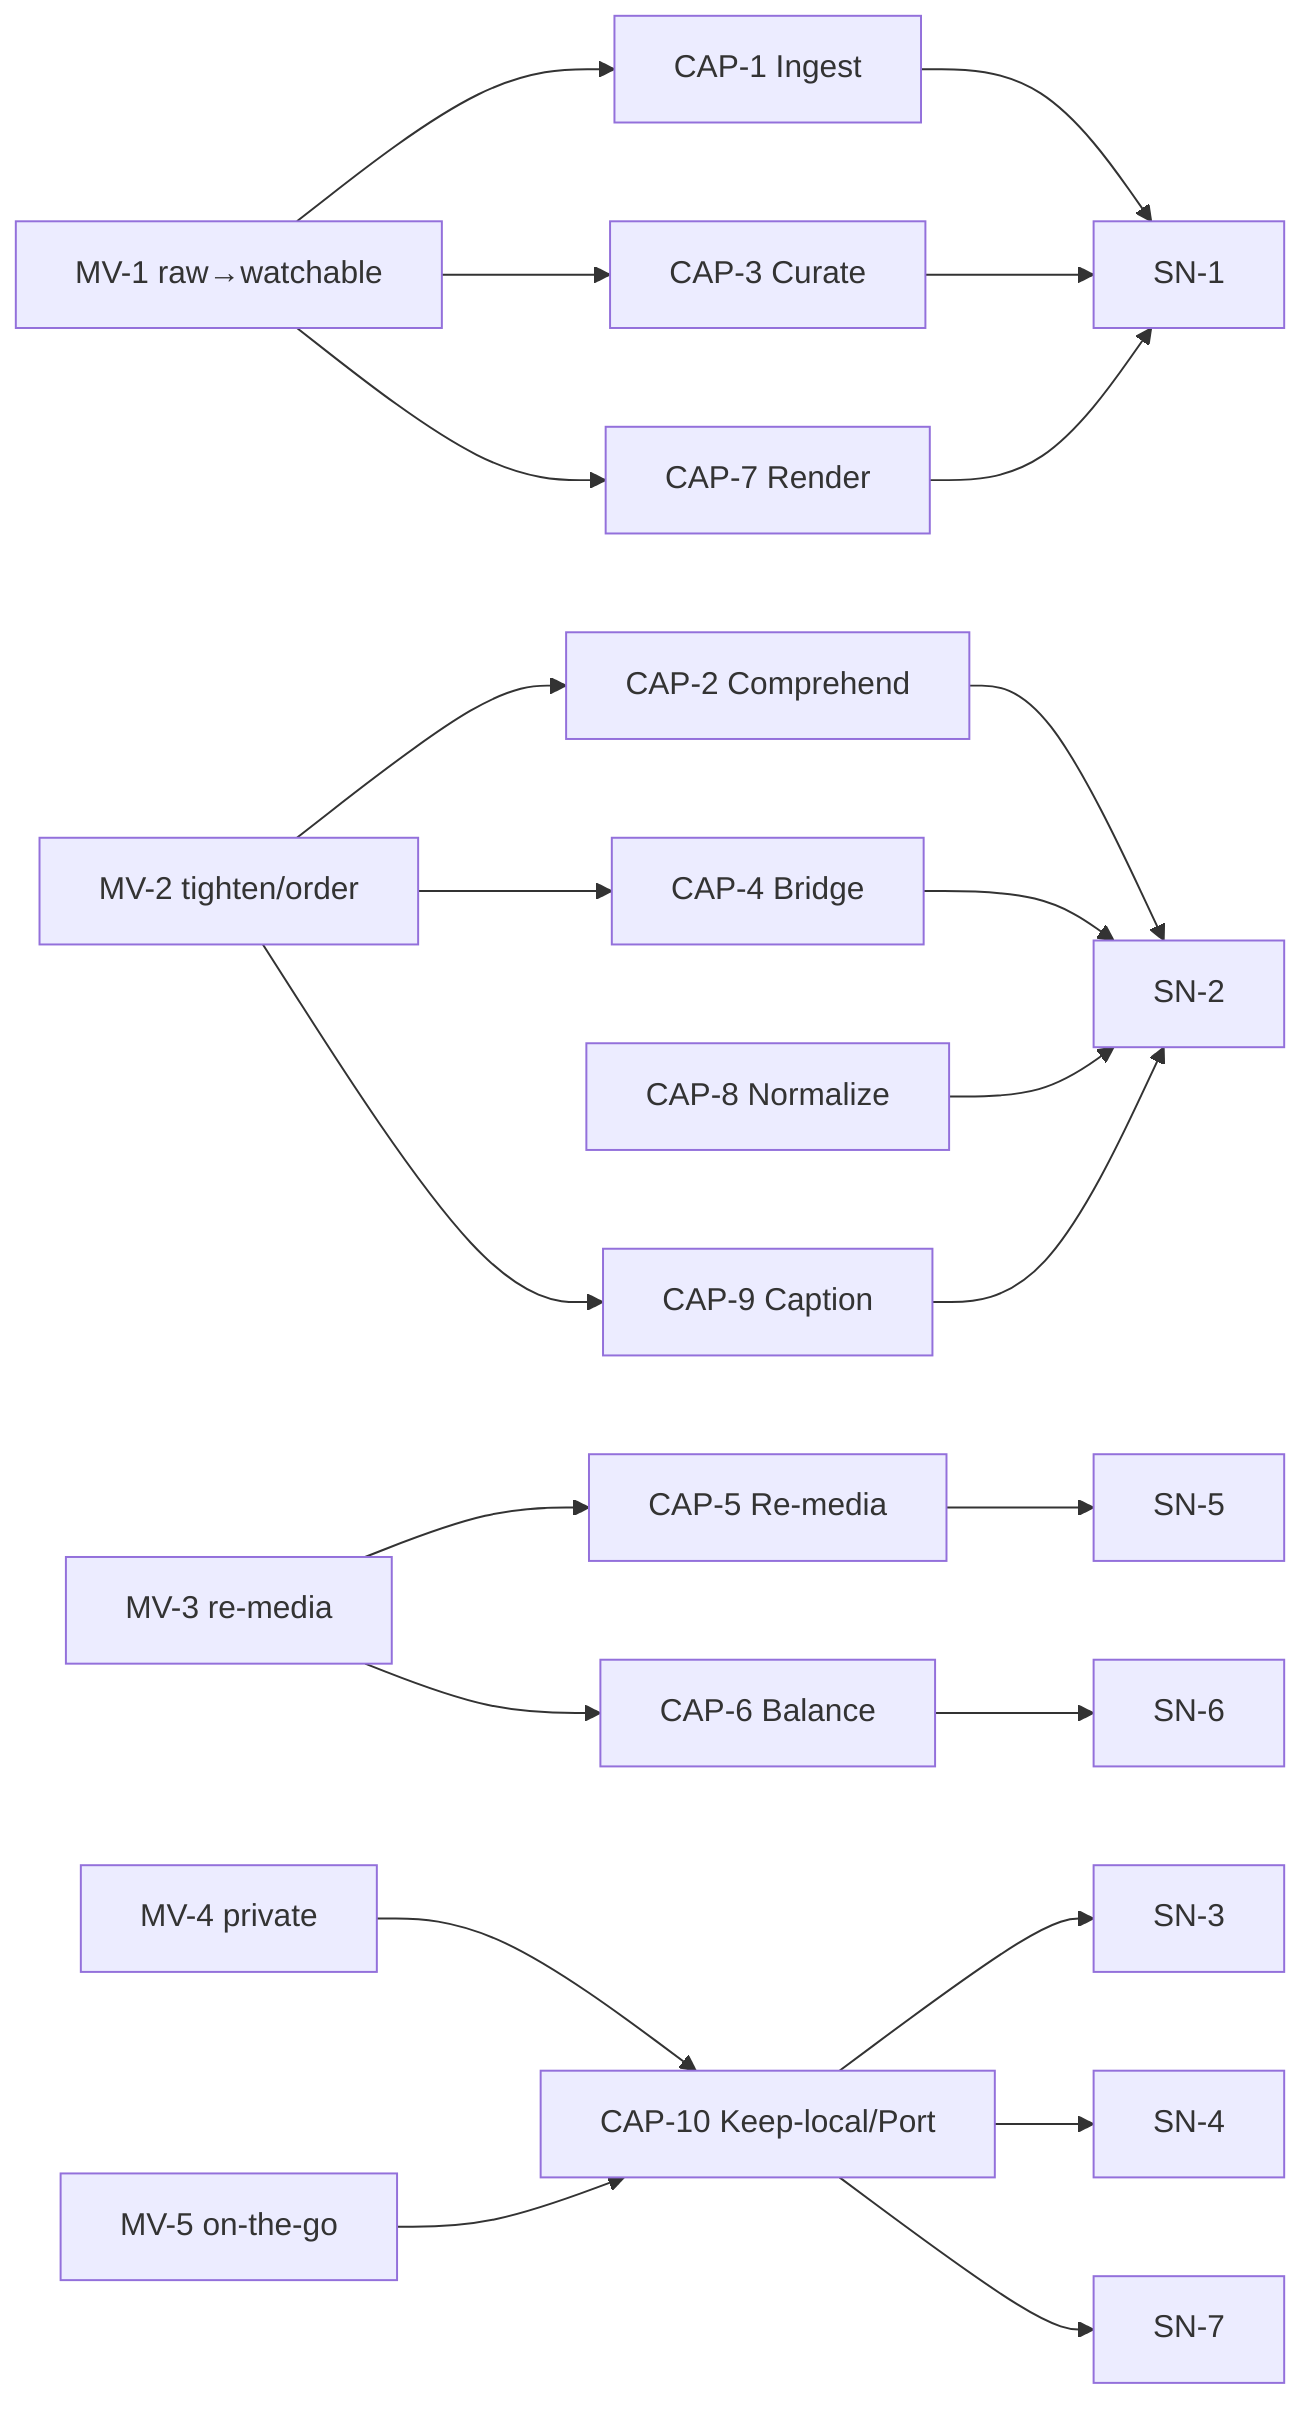
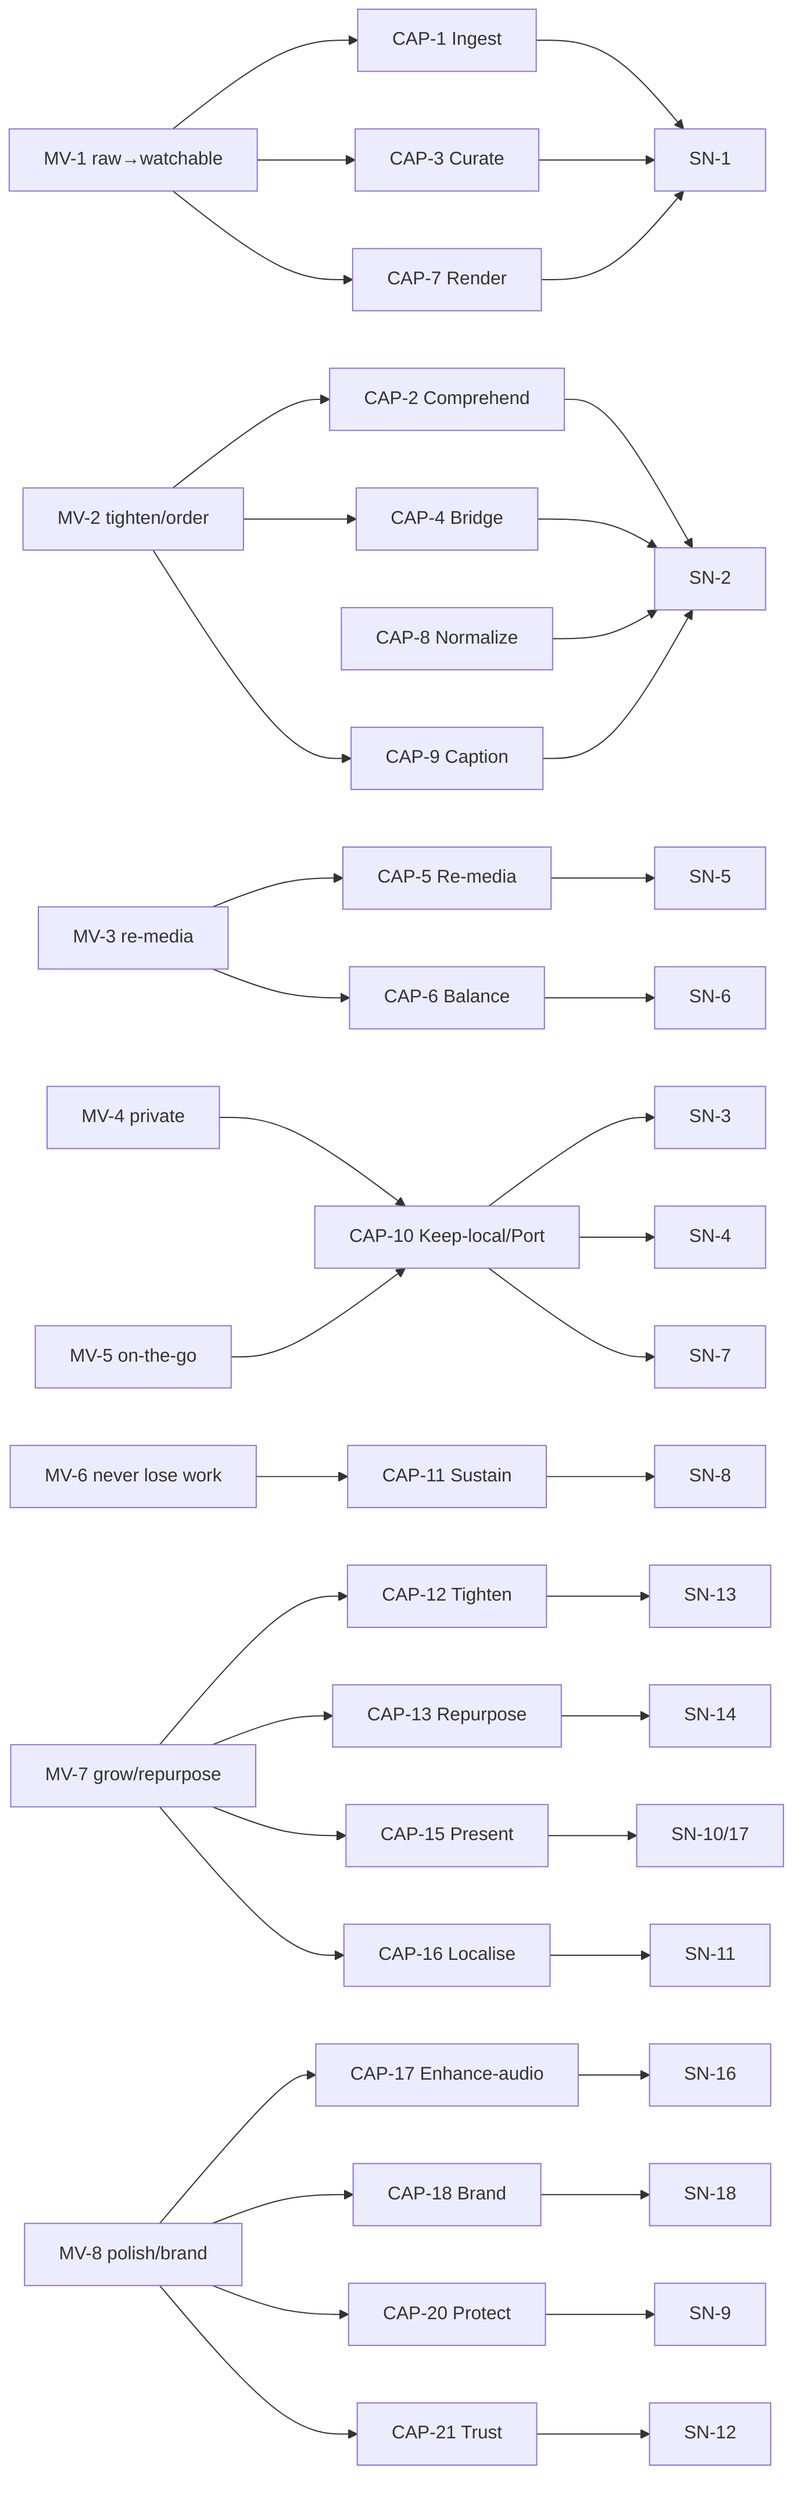
flowchart LR
  MV1["MV-1 raw→watchable"] --> CAP1["CAP-1 Ingest"] & CAP3["CAP-3 Curate"] & CAP7["CAP-7 Render"]
  MV2["MV-2 tighten/order"] --> CAP2["CAP-2 Comprehend"] & CAP4["CAP-4 Bridge"] & CAP9["CAP-9 Caption"]
  MV3["MV-3 re-media"] --> CAP5["CAP-5 Re-media"] & CAP6["CAP-6 Balance"]
  MV4["MV-4 private"] --> CAP10["CAP-10 Keep-local/Port"]
  MV5["MV-5 on-the-go"] --> CAP10
  CAP1 --> SN1["SN-1"]; CAP2 --> SN2["SN-2"]; CAP3 --> SN1
  CAP4 --> SN2; CAP5 --> SN5["SN-5"]; CAP6 --> SN6["SN-6"]
  CAP7 --> SN1; CAP8["CAP-8 Normalize"] --> SN2; CAP9 --> SN2
  CAP10 --> SN3["SN-3"] & SN4["SN-4"] & SN7["SN-7"]
+   MV6["MV-6 never lose work"] --> CAP11["CAP-11 Sustain"] --> SN8["SN-8"]
+   MV7["MV-7 grow/repurpose"] --> CAP12["CAP-12 Tighten"] & CAP13["CAP-13 Repurpose"] & CAP15["CAP-15 Present"] & CAP16["CAP-16 Localise"]
+   MV8["MV-8 polish/brand"] --> CAP17["CAP-17 Enhance-audio"] & CAP18["CAP-18 Brand"] & CAP20["CAP-20 Protect"] & CAP21["CAP-21 Trust"]
+   CAP12 --> SN13["SN-13"]; CAP13 --> SN14["SN-14"]; CAP15 --> SN10["SN-10/17"]; CAP16 --> SN11["SN-11"]
+   CAP17 --> SN16["SN-16"]; CAP18 --> SN18["SN-18"]; CAP20 --> SN9["SN-9"]; CAP21 --> SN12["SN-12"]
